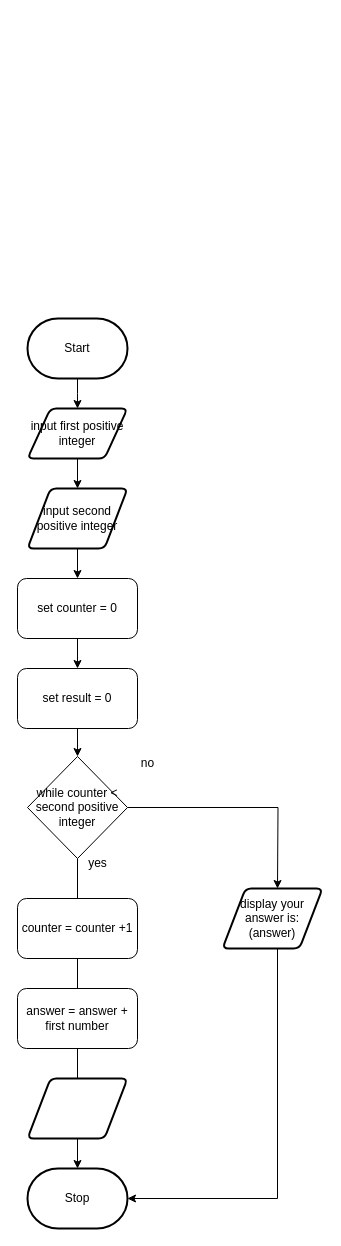
Above: design/flowchart.drawio in MTHS-ICD2O-1-2024/ICD2O-Unit-5-06-Joyce-Nkengbeza (draw.io), before the change. Source tidied: cells renumbered, new cells numbered last; positions are measured from the earlier drawing's top-left corner, leaving out a move shared by most shapes. Both pictures are drawn from the tidied source at 100%, with x=0, y=0 at pixel (17, 318).
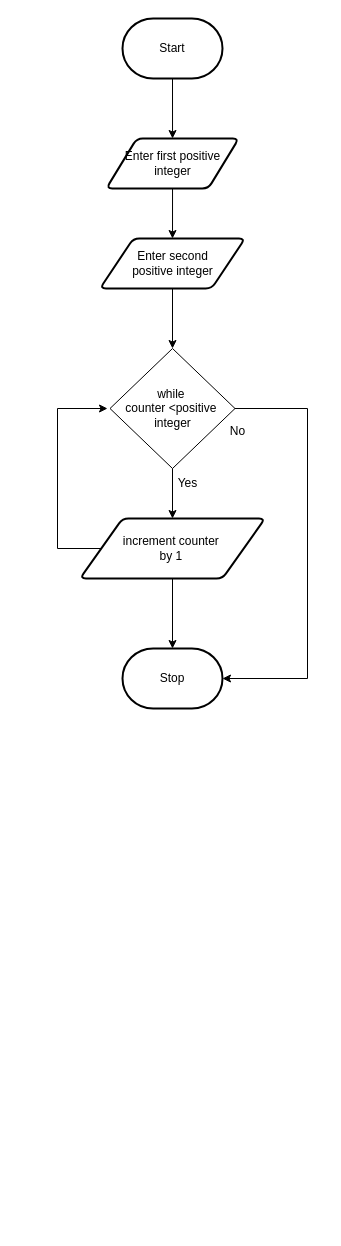
Above is the later version.

Change to the diagram source:
```diff
@@
-    <mxCell id="2" style="edgeStyle=orthogonalEdgeStyle;html=1;rounded=0;" parent="1" edge="1" source="16" target="4">
-      <mxGeometry relative="1" as="geometry" />
-    </mxCell>
+    <mxCell id="21" style="edgeStyle=orthogonalEdgeStyle;html=1;rounded=0;" parent="1" edge="1" source="33" target="4">
+      <mxGeometry relative="1" as="geometry" />
+    </mxCell>
+    <mxCell id="23" style="edgeStyle=none;html=1;" parent="1" edge="1" source="3" target="27">
+      <mxGeometry relative="1" as="geometry" />
+    </mxCell>
     <mxCell id="3" value="Start" style="strokeWidth=2;html=1;shape=mxgraph.flowchart.terminator;whiteSpace=wrap;" parent="1" vertex="1">
-      <mxGeometry x="10" width="100" height="60" as="geometry" />
+      <mxGeometry x="105" y="-300" width="100" height="60" as="geometry" />
     </mxCell>
     <mxCell id="4" value="Stop" style="strokeWidth=2;html=1;shape=mxgraph.flowchart.terminator;whiteSpace=wrap;" parent="1" vertex="1">
-      <mxGeometry x="10" y="850" width="100" height="60" as="geometry" />
+      <mxGeometry x="105" y="330" width="100" height="60" as="geometry" />
     </mxCell>
-    <mxCell id="5" style="edgeStyle=none;html=1;entryX=0.5;entryY=0;entryDx=0;entryDy=0;" parent="1" edge="1" source="6" target="8">
-      <mxGeometry relative="1" as="geometry" />
-    </mxCell>
-    <mxCell id="6" value="input first positive integer" style="shape=parallelogram;html=1;strokeWidth=2;perimeter=parallelogramPerimeter;whiteSpace=wrap;rounded=1;arcSize=12;size=0.23;" parent="1" vertex="1">
-      <mxGeometry x="10" y="90" width="100" height="50" as="geometry" />
-    </mxCell>
-    <mxCell id="7" style="edgeStyle=none;html=1;" parent="1" edge="1" source="8" target="10">
-      <mxGeometry relative="1" as="geometry" />
-    </mxCell>
-    <mxCell id="8" value="input second positive integer" style="shape=parallelogram;html=1;strokeWidth=2;perimeter=parallelogramPerimeter;whiteSpace=wrap;rounded=1;arcSize=12;size=0.23;" parent="1" vertex="1">
-      <mxGeometry x="10" y="170" width="100" height="60" as="geometry" />
-    </mxCell>
-    <mxCell id="9" style="edgeStyle=none;html=1;exitX=0.5;exitY=1;exitDx=0;exitDy=0;entryX=0.5;entryY=0;entryDx=0;entryDy=0;" parent="1" edge="1" source="10" target="12">
-      <mxGeometry relative="1" as="geometry" />
-    </mxCell>
-    <mxCell id="10" value="set counter = 0" style="rounded=1;whiteSpace=wrap;html=1;" parent="1" vertex="1">
-      <mxGeometry y="260" width="120" height="60" as="geometry" />
-    </mxCell>
-    <mxCell id="11" style="edgeStyle=orthogonalEdgeStyle;html=1;rounded=0;" parent="1" edge="1" source="3">
-      <mxGeometry relative="1" as="geometry">
-        <mxPoint x="60" y="90" as="targetPoint" />
-      </mxGeometry>
-    </mxCell>
-    <mxCell id="12" value="set result = 0" style="rounded=1;whiteSpace=wrap;html=1;" parent="1" vertex="1">
-      <mxGeometry y="350" width="120" height="60" as="geometry" />
-    </mxCell>
-    <mxCell id="13" value="yes" style="text;html=1;align=center;verticalAlign=middle;strokeColor=none;fillColor=none;" parent="1" vertex="1">
-      <mxGeometry x="60" y="530" width="40" height="30" as="geometry" />
-    </mxCell>
-    <mxCell id="14" style="edgeStyle=orthogonalEdgeStyle;html=1;rounded=0;" parent="1" edge="1" source="12" target="16">
-      <mxGeometry relative="1" as="geometry" />
-    </mxCell>
-    <mxCell id="15" style="edgeStyle=orthogonalEdgeStyle;html=1;rounded=0;" parent="1" edge="1" source="16">
-      <mxGeometry relative="1" as="geometry">
-        <mxPoint x="260" y="570" as="targetPoint" />
-      </mxGeometry>
-    </mxCell>
-    <mxCell id="16" value="while counter &amp;lt; second positive integer" style="rhombus;whiteSpace=wrap;html=1;" parent="1" vertex="1">
-      <mxGeometry x="10" y="438" width="100" height="102" as="geometry" />
-    </mxCell>
-    <mxCell id="17" value="no" style="text;html=1;align=center;verticalAlign=middle;strokeColor=none;fillColor=none;" parent="1" vertex="1">
-      <mxGeometry x="110" y="430" width="40" height="30" as="geometry" />
-    </mxCell>
-    <mxCell id="18" value="counter = counter +1" style="rounded=1;whiteSpace=wrap;html=1;" parent="1" vertex="1">
-      <mxGeometry y="580" width="120" height="60" as="geometry" />
-    </mxCell>
-    <mxCell id="19" value="answer = answer + first number" style="rounded=1;whiteSpace=wrap;html=1;" parent="1" vertex="1">
-      <mxGeometry y="670" width="120" height="60" as="geometry" />
-    </mxCell>
-    <mxCell id="20" style="shape=parallelogram;html=1;strokeWidth=2;perimeter=parallelogramPerimeter;whiteSpace=wrap;rounded=1;arcSize=12;size=0.23;" parent="1" vertex="1">
-      <mxGeometry x="10" y="760" width="100" height="60" as="geometry" />
-    </mxCell>
-    <mxCell id="21" style="edgeStyle=elbowEdgeStyle;html=1;rounded=0;curved=0;" parent="1" edge="1" source="22" target="4">
-      <mxGeometry relative="1" as="geometry">
-        <Array as="points">
-          <mxPoint x="260" y="740" />
-        </Array>
-      </mxGeometry>
-    </mxCell>
-    <mxCell id="22" value="display your answer is: (answer)" style="shape=parallelogram;html=1;strokeWidth=2;perimeter=parallelogramPerimeter;whiteSpace=wrap;rounded=1;arcSize=12;size=0.23;" parent="1" vertex="1">
-      <mxGeometry x="205" y="570" width="100" height="60" as="geometry" />
-    </mxCell>
+    <mxCell id="24" style="edgeStyle=none;html=1;" parent="1" edge="1" source="25">
+      <mxGeometry relative="1" as="geometry">
+        <mxPoint x="155" y="30" as="targetPoint" />
+      </mxGeometry>
+    </mxCell>
+    <mxCell id="25" value="Enter second&lt;div&gt;positive integer&lt;/div&gt;" style="shape=parallelogram;html=1;strokeWidth=2;perimeter=parallelogramPerimeter;whiteSpace=wrap;rounded=1;arcSize=12;size=0.23;" parent="1" vertex="1">
+      <mxGeometry x="82.5" y="-80" width="145" height="50" as="geometry" />
+    </mxCell>
+    <mxCell id="26" style="edgeStyle=none;html=1;" parent="1" edge="1" source="27" target="25">
+      <mxGeometry relative="1" as="geometry" />
+    </mxCell>
+    <mxCell id="27" value="&lt;div&gt;&amp;nbsp;Enter first positive&amp;nbsp;&lt;/div&gt;&lt;div&gt;integer&lt;/div&gt;" style="shape=parallelogram;html=1;strokeWidth=2;perimeter=parallelogramPerimeter;whiteSpace=wrap;rounded=1;arcSize=12;size=0.23;" parent="1" vertex="1">
+      <mxGeometry x="88.8" y="-180" width="132.5" height="50" as="geometry" />
+    </mxCell>
+    <mxCell id="28" value="while&amp;nbsp;&lt;div&gt;counter &amp;lt;positive&amp;nbsp;&lt;/div&gt;&lt;div&gt;integer&lt;/div&gt;" style="rhombus;whiteSpace=wrap;html=1;" parent="1" vertex="1">
+      <mxGeometry x="92.5" y="30" width="125" height="120" as="geometry" />
+    </mxCell>
+    <mxCell id="29" value="No" style="text;html=1;align=center;verticalAlign=middle;strokeColor=none;fillColor=none;" parent="1" vertex="1">
+      <mxGeometry x="200" y="98" width="40" height="30" as="geometry" />
+    </mxCell>
+    <mxCell id="30" value="Yes" style="text;html=1;align=center;verticalAlign=middle;strokeColor=none;fillColor=none;" parent="1" vertex="1">
+      <mxGeometry x="150" y="150" width="40" height="30" as="geometry" />
+    </mxCell>
+    <mxCell id="31" style="edgeStyle=orthogonalEdgeStyle;html=1;rounded=0;" parent="1" edge="1" source="28" target="33">
+      <mxGeometry relative="1" as="geometry" />
+    </mxCell>
+    <mxCell id="32" style="edgeStyle=orthogonalEdgeStyle;html=1;rounded=0;" parent="1" edge="1" source="33">
+      <mxGeometry relative="1" as="geometry">
+        <mxPoint x="90" y="90" as="targetPoint" />
+        <Array as="points">
+          <mxPoint x="40" y="230" />
+          <mxPoint x="40" y="90" />
+        </Array>
+      </mxGeometry>
+    </mxCell>
+    <mxCell id="33" value="increment counter&amp;nbsp;&lt;div&gt;by 1&amp;nbsp;&lt;/div&gt;" style="shape=parallelogram;html=1;strokeWidth=2;perimeter=parallelogramPerimeter;whiteSpace=wrap;rounded=1;arcSize=12;size=0.23;" parent="1" vertex="1">
+      <mxGeometry x="62.5" y="200" width="185" height="60" as="geometry" />
+    </mxCell>
+    <mxCell id="34" style="html=1;entryX=1;entryY=0.5;entryDx=0;entryDy=0;entryPerimeter=0;edgeStyle=orthogonalEdgeStyle;rounded=0;curved=0;" parent="1" edge="1" source="28" target="4">
+      <mxGeometry relative="1" as="geometry">
+        <Array as="points">
+          <mxPoint x="290" y="90" />
+          <mxPoint x="290" y="360" />
+        </Array>
+      </mxGeometry>
+    </mxCell>
```
